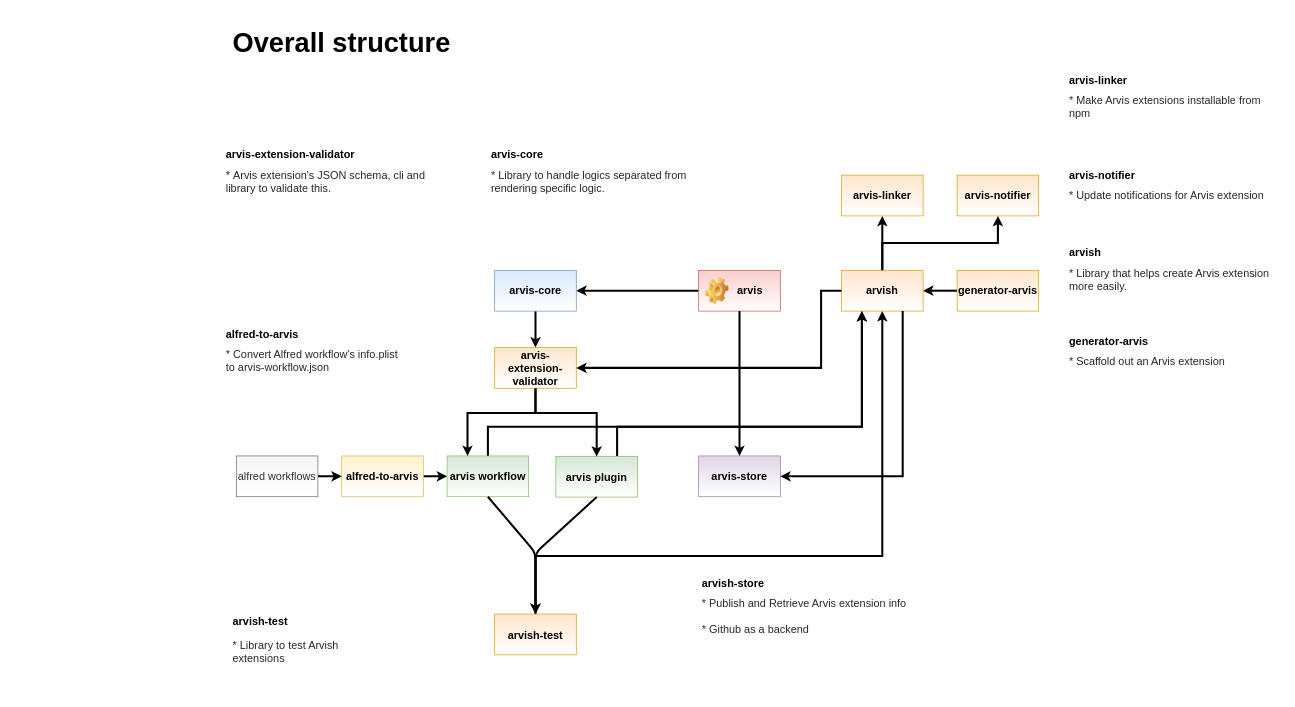
jopemachine-arvis/arvis-stuff keeps this draw.io diagram as imgs/19.drawio. Above is the earlier version. Source tidied: cells renumbered, new cells numbered last; positions are measured from the earlier drawing's top-left corner, leaving out a move shared by most shapes. Both pictures are drawn from the tidied source at 68%, with x=0, y=0 at pixel (222, 18).
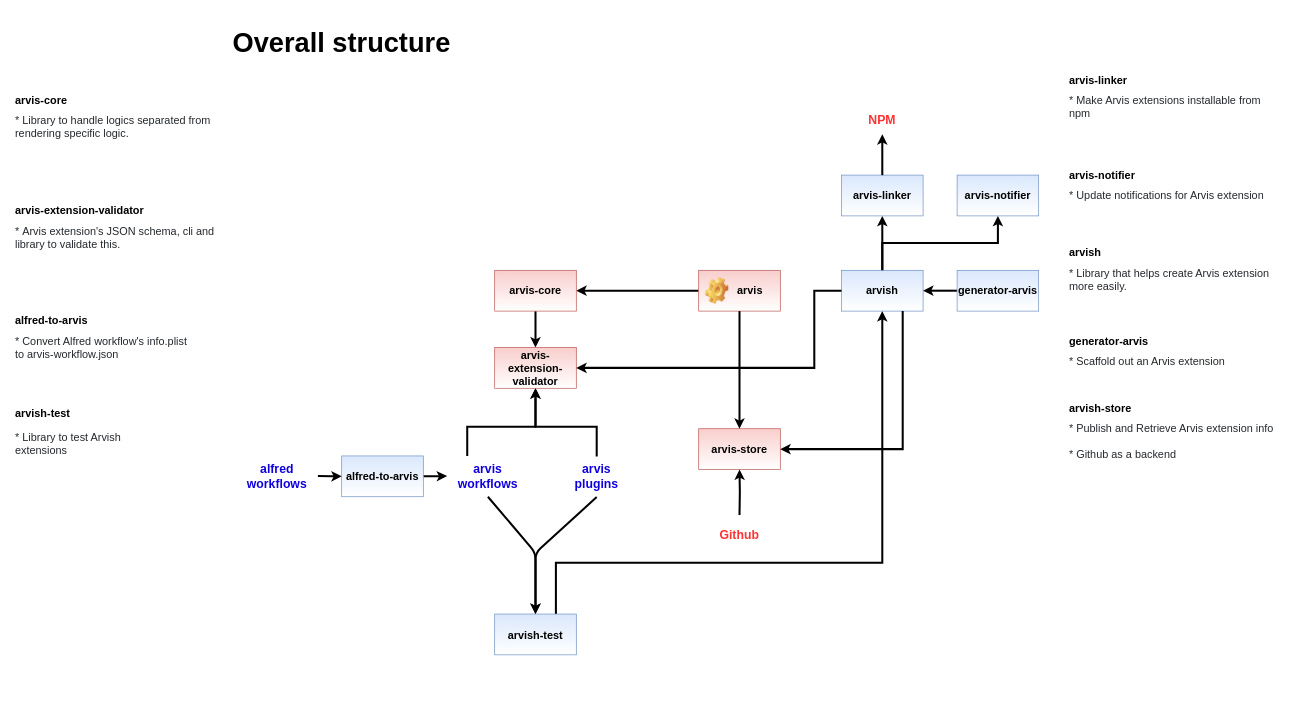
After the change.

Diff of the diagram source:
```diff
@@
+    <mxCell id="28" style="edgeStyle=orthogonalEdgeStyle;rounded=0;jettySize=auto;html=1;strokeColor=#000000;strokeWidth=3;fontSize=16;" parent="1" edge="1" target="29">
+      <mxGeometry relative="1" as="geometry">
+        <mxPoint x="359.6" y="643.1" as="sourcePoint" />
+        <Array as="points">
+          <mxPoint x="360" y="600" />
+          <mxPoint x="460" y="600" />
+        </Array>
+      </mxGeometry>
+    </mxCell>
@@
-    <mxCell id="6" value="arvis-core" style="rounded=0;whiteSpace=wrap;html=1;fillColor=#dae8fc;strokeColor=#6c8ebf;fontStyle=1;fontSize=16;gradientColor=#ffffff;" parent="1" vertex="1">
+    <mxCell id="6" value="arvis-core" style="rounded=0;whiteSpace=wrap;html=1;fillColor=#f8cecc;strokeColor=#b85450;fontStyle=1;fontSize=16;gradientColor=#ffffff;" parent="1" vertex="1">
       <mxGeometry x="400" y="370" width="120" height="60" as="geometry" />
     </mxCell>
@@
     <mxCell id="8" style="edgeStyle=orthogonalEdgeStyle;rounded=0;jettySize=auto;html=1;startArrow=classic;startFill=1;endArrow=none;endFill=0;fontStyle=1;fontSize=16;strokeWidth=3;" parent="1" edge="1" source="9" target="15">
       <mxGeometry relative="1" as="geometry">
         <Array as="points">
-          <mxPoint x="970" y="790" />
-          <mxPoint x="460" y="790" />
+          <mxPoint x="970" y="800" />
+          <mxPoint x="490" y="800" />
         </Array>
       </mxGeometry>
     </mxCell>
-    <mxCell id="9" value="arvish" style="rounded=0;whiteSpace=wrap;html=1;fillColor=#ffe6cc;strokeColor=#d79b00;fontStyle=1;fontSize=16;gradientColor=#ffffff;" parent="1" vertex="1">
+    <mxCell id="9" value="arvish" style="rounded=0;whiteSpace=wrap;html=1;fillColor=#dae8fc;strokeColor=#6c8ebf;fontStyle=1;fontSize=16;gradientColor=#ffffff;" parent="1" vertex="1">
       <mxGeometry x="910" y="370" width="120" height="60" as="geometry" />
     </mxCell>
-    <mxCell id="10" value="arvis-linker" style="rounded=0;whiteSpace=wrap;html=1;fillColor=#ffe6cc;strokeColor=#d79b00;fontStyle=1;fontSize=16;gradientColor=#ffffff;" parent="1" vertex="1">
+    <mxCell id="10" value="arvis-linker" style="rounded=0;whiteSpace=wrap;html=1;fillColor=#dae8fc;strokeColor=#6c8ebf;fontStyle=1;fontSize=16;gradientColor=#ffffff;" parent="1" vertex="1">
       <mxGeometry x="910" y="230" width="120" height="60" as="geometry" />
     </mxCell>
@@
-    <mxCell id="12" value="generator-arvis" style="rounded=0;whiteSpace=wrap;html=1;fillColor=#ffe6cc;strokeColor=#d79b00;fontStyle=1;fontSize=16;gradientColor=#ffffff;" parent="1" vertex="1">
+    <mxCell id="12" value="generator-arvis" style="rounded=0;whiteSpace=wrap;html=1;fillColor=#dae8fc;strokeColor=#6c8ebf;fontStyle=1;fontSize=16;gradientColor=#ffffff;" parent="1" vertex="1">
       <mxGeometry x="1080" y="370" width="120" height="60" as="geometry" />
     </mxCell>
-    <mxCell id="13" value="arvis-notifier" style="rounded=0;whiteSpace=wrap;html=1;fillColor=#ffe6cc;strokeColor=#d79b00;fontStyle=1;fontSize=16;gradientColor=#ffffff;" parent="1" vertex="1">
+    <mxCell id="13" value="arvis-notifier" style="rounded=0;whiteSpace=wrap;html=1;fillColor=#dae8fc;strokeColor=#6c8ebf;fontStyle=1;fontSize=16;gradientColor=#ffffff;" parent="1" vertex="1">
       <mxGeometry x="1080" y="230" width="120" height="60" as="geometry" />
     </mxCell>
@@
-    <mxCell id="15" value="arvish-test" style="rounded=0;whiteSpace=wrap;html=1;fillColor=#ffe6cc;strokeColor=#d79b00;fontStyle=1;fontSize=16;gradientColor=#ffffff;" parent="1" vertex="1">
+    <mxCell id="15" value="arvish-test" style="rounded=0;whiteSpace=wrap;html=1;fillColor=#dae8fc;strokeColor=#6c8ebf;fontStyle=1;fontSize=16;gradientColor=#ffffff;" parent="1" vertex="1">
       <mxGeometry x="400" y="875.5" width="120" height="60" as="geometry" />
     </mxCell>
-    <mxCell id="16" style="edgeStyle=orthogonalEdgeStyle;rounded=0;jettySize=auto;html=1;startArrow=none;startFill=0;endArrow=classic;endFill=1;fontStyle=1;fontSize=16;strokeWidth=3;" parent="1" edge="1" source="17" target="19">
-      <mxGeometry relative="1" as="geometry" />
+    <mxCell id="16" style="edgeStyle=orthogonalEdgeStyle;rounded=0;jettySize=auto;html=1;startArrow=none;startFill=0;endArrow=classic;endFill=1;fontStyle=1;fontSize=16;strokeWidth=3;" parent="1" edge="1" source="17">
+      <mxGeometry relative="1" as="geometry">
+        <mxPoint x="330" y="672.5" as="targetPoint" />
+      </mxGeometry>
     </mxCell>
-    <mxCell id="17" value="alfred-to-arvis" style="rounded=0;whiteSpace=wrap;html=1;fillColor=#fff2cc;strokeColor=#d6b656;fontStyle=1;fontSize=16;gradientColor=#ffffff;" parent="1" vertex="1">
+    <mxCell id="17" value="alfred-to-arvis" style="rounded=0;whiteSpace=wrap;html=1;fillColor=#dae8fc;strokeColor=#6c8ebf;fontStyle=1;fontSize=16;gradientColor=#ffffff;" parent="1" vertex="1">
       <mxGeometry x="175" y="643" width="120" height="60" as="geometry" />
     </mxCell>
-    <mxCell id="18" style="edgeStyle=orthogonalEdgeStyle;rounded=0;jettySize=auto;html=1;fontStyle=1;fontSize=16;strokeWidth=3;" parent="1" edge="1" source="19" target="9">
-      <mxGeometry relative="1" as="geometry">
-        <Array as="points">
-          <mxPoint x="390" y="600" />
-          <mxPoint x="940" y="600" />
-        </Array>
-      </mxGeometry>
-    </mxCell>
-    <mxCell id="19" value="arvis workflow" style="rounded=0;whiteSpace=wrap;html=1;fillColor=#d5e8d4;strokeColor=#82b366;fontStyle=1;fontSize=16;gradientColor=#ffffff;" parent="1" vertex="1">
-      <mxGeometry x="330" y="643" width="120" height="60" as="geometry" />
-    </mxCell>
-    <mxCell id="20" style="edgeStyle=orthogonalEdgeStyle;rounded=0;jettySize=auto;html=1;startArrow=none;startFill=0;endArrow=classic;endFill=1;fontStyle=1;fontSize=16;strokeWidth=3;" parent="1" edge="1" source="21" target="17">
-      <mxGeometry relative="1" as="geometry" />
+    <mxCell id="20" style="edgeStyle=orthogonalEdgeStyle;rounded=0;jettySize=auto;html=1;startArrow=none;startFill=0;endArrow=classic;endFill=1;fontStyle=1;fontSize=16;strokeWidth=3;" parent="1" edge="1" target="17">
+      <mxGeometry relative="1" as="geometry">
+        <mxPoint x="140" y="672.5" as="sourcePoint" />
+      </mxGeometry>
     </mxCell>
-    <mxCell id="21" value="alfred workflows" style="rounded=0;whiteSpace=wrap;html=1;fillColor=#f5f5f5;strokeColor=#666666;fontColor=#333333;fontStyle=0;fontSize=16;gradientColor=#ffffff;" parent="1" vertex="1">
-      <mxGeometry x="20" y="643" width="120" height="60" as="geometry" />
-    </mxCell>
-    <mxCell id="22" style="edgeStyle=orthogonalEdgeStyle;rounded=0;jettySize=auto;html=1;fontStyle=1;fontSize=16;strokeWidth=3;" parent="1" edge="1" source="23" target="9">
-      <mxGeometry relative="1" as="geometry">
-        <Array as="points">
-          <mxPoint x="580" y="600" />
-          <mxPoint x="940" y="600" />
-        </Array>
-      </mxGeometry>
-    </mxCell>
-    <mxCell id="23" value="arvis plugin" style="rounded=0;whiteSpace=wrap;html=1;fillColor=#d5e8d4;strokeColor=#82b366;fontStyle=1;fontSize=16;gradientColor=#ffffff;" parent="1" vertex="1">
-      <mxGeometry x="490" y="643.5" width="120" height="60" as="geometry" />
-    </mxCell>
-    <mxCell id="24" value="arvis-store" style="rounded=0;whiteSpace=wrap;html=1;fillColor=#e1d5e7;strokeColor=#9673a6;fontStyle=1;fontSize=16;gradientColor=#ffffff;" parent="1" vertex="1">
-      <mxGeometry x="700" y="643" width="120" height="60" as="geometry" />
+    <mxCell id="24" value="arvis-store" style="rounded=0;whiteSpace=wrap;html=1;fillColor=#f8cecc;strokeColor=#b85450;fontStyle=1;fontSize=16;gradientColor=#ffffff;" parent="1" vertex="1">
+      <mxGeometry x="700" y="603" width="120" height="60" as="geometry" />
     </mxCell>
@@
-    <mxCell id="26" style="endArrow=classic;html=1;exitX=0.5;exitY=1;exitDx=0;exitDy=0;entryX=0.5;entryY=0;entryDx=0;entryDy=0;fontStyle=1;fontSize=16;strokeWidth=3;" parent="1" edge="1" source="19" target="15">
+    <mxCell id="26" style="endArrow=classic;html=1;exitX=0.5;exitY=1;exitDx=0;exitDy=0;entryX=0.5;entryY=0;entryDx=0;entryDy=0;fontStyle=1;fontSize=16;strokeWidth=3;" parent="1" edge="1" target="15">
       <mxGeometry relative="1" as="geometry">
+        <mxPoint x="390" y="703" as="sourcePoint" />
         <Array as="points">
           <mxPoint x="460" y="785.5" />
         </Array>
       </mxGeometry>
     </mxCell>
-    <mxCell id="27" style="endArrow=classic;html=1;exitX=0.5;exitY=1;exitDx=0;exitDy=0;entryX=0.5;entryY=0;entryDx=0;entryDy=0;fontStyle=1;fontSize=16;strokeWidth=3;" parent="1" edge="1" source="23" target="15">
+    <mxCell id="27" style="endArrow=classic;html=1;exitX=0.5;exitY=1;exitDx=0;exitDy=0;entryX=0.5;entryY=0;entryDx=0;entryDy=0;fontStyle=1;fontSize=16;strokeWidth=3;" parent="1" edge="1" target="15">
       <mxGeometry relative="1" as="geometry">
+        <mxPoint x="550" y="703.5" as="sourcePoint" />
         <Array as="points">
           <mxPoint x="460" y="785.5" />
         </Array>
       </mxGeometry>
     </mxCell>
-    <mxCell id="28" style="edgeStyle=orthogonalEdgeStyle;rounded=0;jettySize=auto;html=1;strokeColor=#000000;strokeWidth=3;fontSize=16;entryX=0.25;entryY=0;entryDx=0;entryDy=0;" parent="1" edge="1" source="29" target="19">
-      <mxGeometry relative="1" as="geometry">
-        <Array as="points">
-          <mxPoint x="460" y="580" />
-          <mxPoint x="360" y="580" />
-        </Array>
-      </mxGeometry>
-    </mxCell>
-    <mxCell id="29" value="arvis-extension-validator" style="rounded=0;whiteSpace=wrap;html=1;fillColor=#ffe6cc;strokeColor=#d79b00;fontStyle=1;fontSize=16;gradientColor=#ffffff;" parent="1" vertex="1">
+    <mxCell id="29" value="arvis-extension-validator" style="rounded=0;whiteSpace=wrap;html=1;fillColor=#f8cecc;strokeColor=#b85450;fontStyle=1;fontSize=16;gradientColor=#ffffff;" parent="1" vertex="1">
       <mxGeometry x="400" y="483.5" width="120" height="60" as="geometry" />
     </mxCell>
@@
     <mxCell id="32" value="&lt;h1 style=&quot;font-size: 16px;&quot;&gt;arvish-test&lt;/h1&gt;&lt;p style=&quot;font-size: 16px;&quot;&gt;&lt;span style=&quot;color: rgb(36, 41, 46); background-color: rgb(255, 255, 255); font-size: 16px;&quot;&gt;&lt;font style=&quot;font-size: 16px;&quot;&gt;* Library to test Arvish extensions&lt;/font&gt;&lt;/span&gt;&lt;br style=&quot;font-size: 16px;&quot;&gt;&lt;/p&gt;" style="text;html=1;strokeColor=none;fillColor=none;spacing=5;spacingTop=-20;whiteSpace=wrap;overflow=hidden;rounded=0;fontSize=16;" parent="1" vertex="1">
-      <mxGeometry x="10" y="875.5" width="240" height="120" as="geometry" />
+      <mxGeometry x="-310" y="570" width="240" height="120" as="geometry" />
     </mxCell>
     <mxCell id="33" value="&lt;h1 style=&quot;font-size: 16px;&quot;&gt;arvish-store&lt;/h1&gt;&lt;span style=&quot;color: rgb(36, 41, 46); background-color: rgb(255, 255, 255); font-size: 16px;&quot;&gt;&lt;font style=&quot;font-size: 16px;&quot;&gt;*&amp;nbsp;&lt;/font&gt;&lt;/span&gt;&lt;span style=&quot;color: rgb(36, 41, 46); background-color: rgb(255, 255, 255); font-size: 16px;&quot;&gt;&lt;font style=&quot;font-size: 16px;&quot;&gt;Publish and Retrieve Arvis extension info&lt;br style=&quot;font-size: 16px;&quot;&gt;&lt;br style=&quot;font-size: 16px;&quot;&gt;* Github as a backend&lt;/font&gt;&lt;br style=&quot;font-size: 16px;&quot;&gt;&lt;/span&gt;" style="text;html=1;strokeColor=none;fillColor=none;spacing=5;spacingTop=-20;whiteSpace=wrap;overflow=hidden;rounded=0;fontSize=16;" parent="1" vertex="1">
-      <mxGeometry x="700" y="820" width="320" height="120" as="geometry" />
+      <mxGeometry x="1240" y="563" width="320" height="120" as="geometry" />
     </mxCell>
@@
     <mxCell id="35" value="&lt;h1 style=&quot;font-size: 16px;&quot;&gt;arvis-core&lt;/h1&gt;&lt;font style=&quot;font-size: 16px;&quot;&gt;&lt;span style=&quot;color: rgb(36, 41, 46); background-color: rgb(255, 255, 255); font-size: 16px;&quot;&gt;&lt;font style=&quot;font-size: 16px;&quot;&gt;*&amp;nbsp;&lt;/font&gt;&lt;/span&gt;&lt;span style=&quot;color: rgb(36, 41, 46); background-color: rgb(255, 255, 255); font-size: 16px;&quot;&gt;L&lt;/span&gt;&lt;span style=&quot;color: rgb(36, 41, 46); background-color: rgb(255, 255, 255); font-size: 16px;&quot;&gt;ibrary to handle logics separated from rendering specific logic.&lt;/span&gt;&lt;/font&gt;&lt;span style=&quot;color: rgb(36, 41, 46); background-color: rgb(255, 255, 255); font-size: 16px;&quot;&gt;&lt;br style=&quot;font-size: 16px;&quot;&gt;&lt;/span&gt;" style="text;html=1;strokeColor=none;fillColor=none;spacing=5;spacingTop=-20;whiteSpace=wrap;overflow=hidden;rounded=0;fontSize=16;" parent="1" vertex="1">
-      <mxGeometry x="390" y="190" width="320" height="120" as="geometry" />
+      <mxGeometry x="-310" y="110" width="320" height="120" as="geometry" />
     </mxCell>
     <mxCell id="36" value="&lt;h1 style=&quot;font-size: 16px;&quot;&gt;alfred-to-arvis&lt;/h1&gt;&lt;span style=&quot;color: rgb(36, 41, 46); background-color: rgb(255, 255, 255); font-size: 16px;&quot;&gt;&lt;font style=&quot;font-size: 16px;&quot;&gt;* &lt;/font&gt;&lt;font style=&quot;font-size: 16px;&quot;&gt;Convert Alfred workflow's info.plist to arvis-workflow.json&lt;/font&gt;&lt;/span&gt;&lt;span style=&quot;color: rgb(36, 41, 46); background-color: rgb(255, 255, 255); font-size: 16px;&quot;&gt;&lt;br style=&quot;font-size: 16px;&quot;&gt;&lt;/span&gt;" style="text;html=1;strokeColor=none;fillColor=none;spacing=5;spacingTop=-20;whiteSpace=wrap;overflow=hidden;rounded=0;fontSize=16;" parent="1" vertex="1">
-      <mxGeometry y="453.5" width="270" height="120" as="geometry" />
+      <mxGeometry x="-310" y="433.5" width="270" height="120" as="geometry" />
     </mxCell>
     <mxCell id="37" value="&lt;h1 style=&quot;font-size: 16px&quot;&gt;arvis-extension-validator&lt;/h1&gt;&lt;font style=&quot;font-size: 16px&quot;&gt;&lt;span style=&quot;color: rgb(36 , 41 , 46) ; background-color: rgb(255 , 255 , 255) ; font-size: 16px&quot;&gt;&lt;font style=&quot;font-size: 16px&quot;&gt;*&amp;nbsp;&lt;/font&gt;&lt;/span&gt;&lt;/font&gt;&lt;span style=&quot;background-color: rgb(255 , 255 , 255)&quot;&gt;&lt;font color=&quot;#24292e&quot;&gt;Arvis extension's JSON schema, cli and library to validate this.&lt;/font&gt;&lt;br style=&quot;font-size: 16px&quot;&gt;&lt;/span&gt;" style="text;html=1;strokeColor=none;fillColor=none;spacing=5;spacingTop=-20;whiteSpace=wrap;overflow=hidden;rounded=0;fontSize=16;" parent="1" vertex="1">
-      <mxGeometry y="190" width="320" height="120" as="geometry" />
+      <mxGeometry x="-310" y="272" width="320" height="120" as="geometry" />
     </mxCell>
     <mxCell id="38" style="edgeStyle=orthogonalEdgeStyle;rounded=0;jettySize=auto;html=1;fontStyle=1;fontSize=16;strokeWidth=3;exitX=0;exitY=0.5;exitDx=0;exitDy=0;entryX=1;entryY=0.5;entryDx=0;entryDy=0;" parent="1" edge="1" source="9" target="29">
       <mxGeometry relative="1" as="geometry">
         <Array as="points">
-          <mxPoint x="880" y="400" />
-          <mxPoint x="880" y="514" />
+          <mxPoint x="870" y="400" />
+          <mxPoint x="870" y="513" />
         </Array>
       </mxGeometry>
     </mxCell>
-    <mxCell id="39" style="edgeStyle=orthogonalEdgeStyle;rounded=0;jettySize=auto;html=1;strokeColor=#000000;strokeWidth=3;fontSize=16;" parent="1" edge="1" source="29">
+    <mxCell id="39" style="edgeStyle=orthogonalEdgeStyle;rounded=0;jettySize=auto;html=1;strokeColor=#000000;strokeWidth=3;fontSize=16;" parent="1" edge="1" target="29">
       <mxGeometry relative="1" as="geometry">
-        <mxPoint x="550" y="644" as="targetPoint" />
+        <mxPoint x="550" y="644" as="sourcePoint" />
         <Array as="points">
-          <mxPoint x="460" y="580" />
-          <mxPoint x="550" y="580" />
-          <mxPoint x="550" y="644" />
+          <mxPoint x="550" y="600" />
+          <mxPoint x="460" y="600" />
         </Array>
       </mxGeometry>
     </mxCell>
@@
+    <mxCell id="21" value="&lt;span style=&quot;font-size: 18px;&quot;&gt;alfred workflows&lt;/span&gt;" style="text;html=1;strokeColor=none;fillColor=none;align=center;verticalAlign=middle;whiteSpace=wrap;rounded=0;strokeWidth=5;fontSize=18;fontStyle=1;fontColor=#0F00E0;" parent="1" vertex="1">
+      <mxGeometry x="60" y="663" width="40" height="20" as="geometry" />
+    </mxCell>
+    <mxCell id="43" value="&lt;span style=&quot;font-size: 18px;&quot;&gt;arvis&lt;br style=&quot;font-size: 18px;&quot;&gt;workflows&lt;/span&gt;" style="text;html=1;strokeColor=none;fillColor=none;align=center;verticalAlign=middle;whiteSpace=wrap;rounded=0;strokeWidth=5;fontSize=18;fontStyle=1;fontColor=#0F00E0;" parent="1" vertex="1">
+      <mxGeometry x="370" y="663" width="40" height="20" as="geometry" />
+    </mxCell>
+    <mxCell id="44" value="&lt;span style=&quot;font-size: 18px;&quot;&gt;arvis plugins&lt;/span&gt;" style="text;html=1;strokeColor=none;fillColor=none;align=center;verticalAlign=middle;whiteSpace=wrap;rounded=0;strokeWidth=5;fontSize=18;fontStyle=1;fontColor=#0F00E0;" parent="1" vertex="1">
+      <mxGeometry x="530" y="663" width="40" height="20" as="geometry" />
+    </mxCell>
+    <mxCell id="45" value="&lt;span style=&quot;font-size: 18px;&quot;&gt;NPM&lt;/span&gt;" style="text;html=1;strokeColor=none;fillColor=none;align=center;verticalAlign=middle;whiteSpace=wrap;rounded=0;strokeWidth=5;fontSize=18;fontStyle=1;fontColor=#FF3333;" parent="1" vertex="1">
+      <mxGeometry x="950" y="140" width="40" height="20" as="geometry" />
+    </mxCell>
+    <mxCell id="46" style="edgeStyle=orthogonalEdgeStyle;rounded=0;jettySize=auto;html=1;fontStyle=1;fontSize=16;strokeWidth=3;exitX=0.5;exitY=0;exitDx=0;exitDy=0;" parent="1" edge="1" source="10">
+      <mxGeometry relative="1" as="geometry">
+        <mxPoint x="970" y="170" as="targetPoint" />
+      </mxGeometry>
+    </mxCell>
+    <mxCell id="47" value="&lt;span style=&quot;font-size: 18px;&quot;&gt;Github&lt;/span&gt;" style="text;html=1;strokeColor=none;fillColor=none;align=center;verticalAlign=middle;whiteSpace=wrap;rounded=0;strokeWidth=5;fontSize=18;fontStyle=1;fontColor=#FF3333;" parent="1" vertex="1">
+      <mxGeometry x="740" y="750" width="40" height="20" as="geometry" />
+    </mxCell>
+    <mxCell id="48" style="edgeStyle=orthogonalEdgeStyle;rounded=0;jettySize=auto;html=1;fontStyle=1;fontSize=16;strokeWidth=3;exitX=0.5;exitY=1;exitDx=0;exitDy=0;entryX=0.5;entryY=1;entryDx=0;entryDy=0;" parent="1" edge="1" target="24">
+      <mxGeometry relative="1" as="geometry">
+        <mxPoint x="760" y="730" as="sourcePoint" />
+      </mxGeometry>
+    </mxCell>
```
